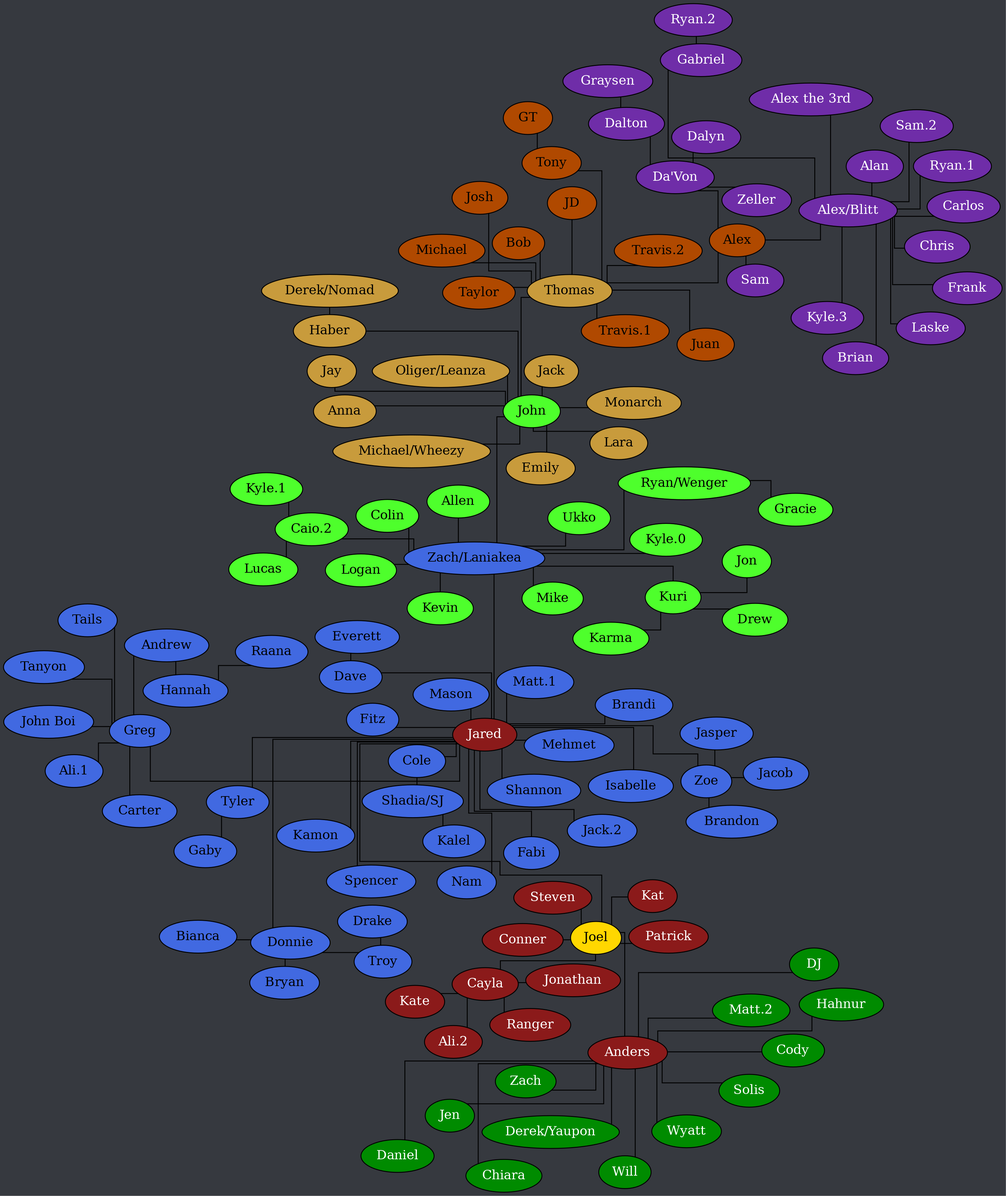
Before: tree.png, a diagram exported from Graphviz (Documidas/CoronaCatzFamilyTree). Its source is kept beside it as tree.dot.
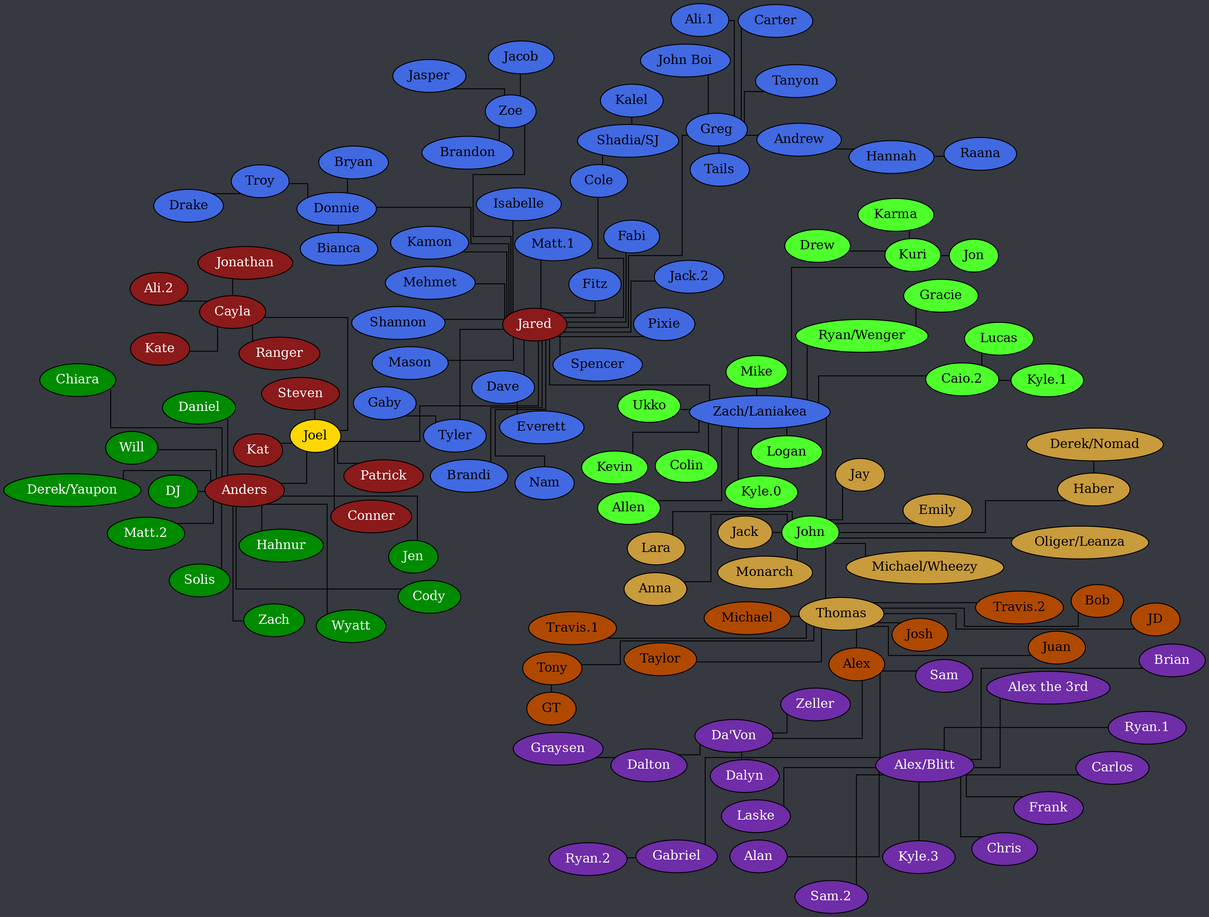
Later version of the same file.

The edit, as a diff of the source:
```diff
@@ -75,6 +75,7 @@
 		Jared -- "Matt.1";
 		Jared -- Mehmet;
 		Jared -- Nam;
+		Jared -- Pixie;
 		Jared -- Shannon;
 		Jared -- Spencer;
 		Jared -- Tyler;
```
